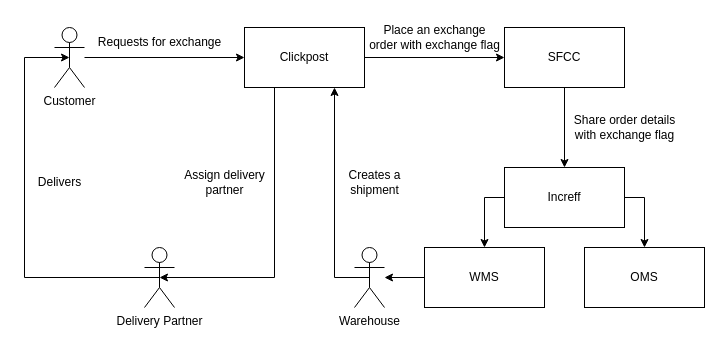
Above: Exchange-DataFlowDiagram.drawio in SaketNarayane/ProcessFlows (draw.io), before the change. Source tidied: cells renumbered, new cells numbered last; positions are measured from the earlier drawing's top-left corner, leaving out a move shared by most shapes. Both pictures are drawn from the tidied source at 100%, with x=0, y=0 at pixel (24, 17).
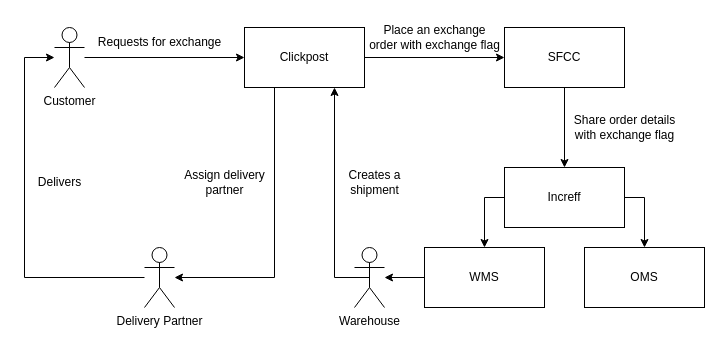
The same page after the edit.

Unchanged cells that the change refers to:
```xml
<mxCell id="9" value="Clickpost" style="rounded=0;whiteSpace=wrap;html=1;" parent="1" vertex="1">
  <mxGeometry x="220" y="10" width="120" height="60" as="geometry" />
</mxCell>
<mxCell id="11" value="Customer" style="shape=umlActor;verticalLabelPosition=bottom;verticalAlign=top;html=1;outlineConnect=0;" parent="1" vertex="1">
  <mxGeometry x="30" y="10" width="30" height="60" as="geometry" />
</mxCell>
<mxCell id="22" value="Delivery Partner" style="shape=umlActor;verticalLabelPosition=bottom;verticalAlign=top;html=1;outlineConnect=0;" parent="1" vertex="1">
  <mxGeometry x="120" y="230" width="30" height="60" as="geometry" />
</mxCell>
```

Change to the diagram source:
```diff
@@
-    <mxCell id="8" style="edgeStyle=orthogonalEdgeStyle;rounded=0;jettySize=auto;html=1;exitX=0.25;exitY=1;exitDx=0;exitDy=0;entryX=0.5;entryY=0.5;entryDx=0;entryDy=0;entryPerimeter=0;" parent="1" edge="1" source="9" target="22">
+    <mxCell id="8" style="edgeStyle=orthogonalEdgeStyle;rounded=0;jettySize=auto;html=1;exitX=0.25;exitY=1;exitDx=0;exitDy=0;" parent="1" edge="1" source="9" target="22">
       <mxGeometry relative="1" as="geometry">
         <Array as="points">
           <mxPoint x="250" y="260" />
         </Array>
       </mxGeometry>
     </mxCell>
@@
-    <mxCell id="21" style="edgeStyle=orthogonalEdgeStyle;rounded=0;jettySize=auto;html=1;exitX=0.5;exitY=0.5;exitDx=0;exitDy=0;exitPerimeter=0;entryX=0.5;entryY=0.5;entryDx=0;entryDy=0;entryPerimeter=0;" parent="1" edge="1" source="22" target="11">
+    <mxCell id="21" style="edgeStyle=orthogonalEdgeStyle;rounded=0;jettySize=auto;html=1;" parent="1" edge="1" source="22">
       <mxGeometry relative="1" as="geometry">
+        <mxPoint x="30" y="40" as="targetPoint" />
         <Array as="points">
           <mxPoint y="260" />
           <mxPoint y="40" />
         </Array>
       </mxGeometry>
     </mxCell>
```
